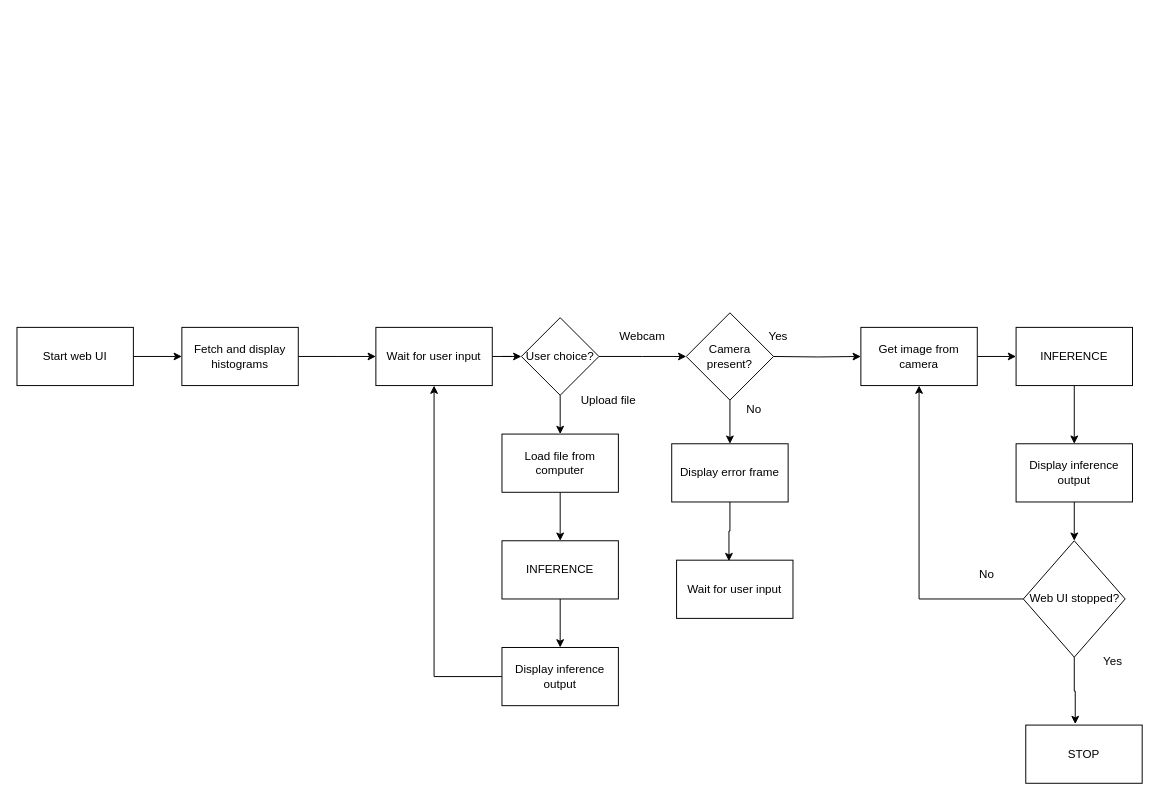
This is docs/state_machine.drawio from gabi200/proiect-rn, a draw.io file, before an edit. Source tidied: cells renumbered, new cells numbered last; positions are measured from the earlier drawing's top-left corner, leaving out a move shared by most shapes. Both pictures are drawn from the tidied source at 97%, with x=0, y=0 at pixel (16, 312).
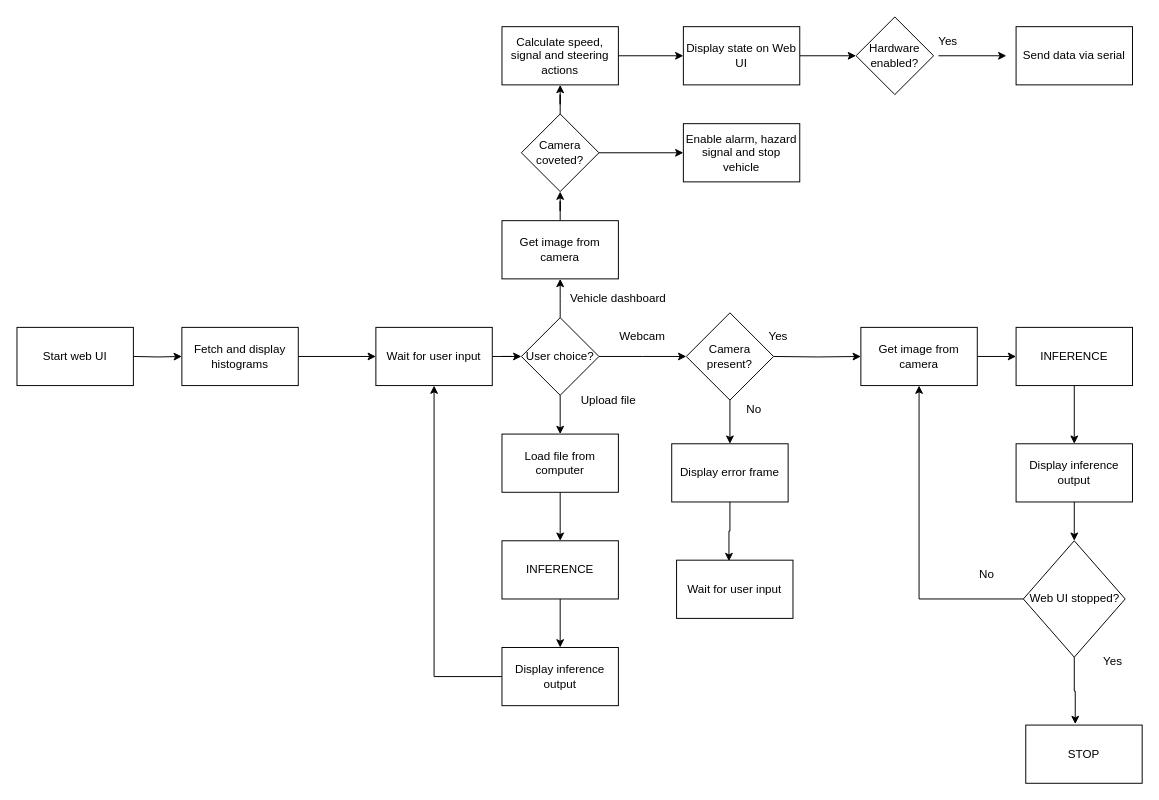
The same page after the edit.

Unchanged cells that the change refers to:
```xml
<mxCell id="3" value="Start web UI" style="rounded=0;whiteSpace=wrap;html=1;" parent="1" vertex="1">
  <mxGeometry y="15" width="120" height="60" as="geometry" />
</mxCell>
<mxCell id="22" value="Fetch and display histograms" style="rounded=0;whiteSpace=wrap;html=1;" parent="1" vertex="1">
  <mxGeometry x="170" y="15" width="120" height="60" as="geometry" />
</mxCell>
<mxCell id="26" value="User choice?" style="rhombus;whiteSpace=wrap;html=1;" parent="1" vertex="1">
  <mxGeometry x="520" y="5" width="80" height="80" as="geometry" />
</mxCell>
```

Diff of the diagram source:
```diff
@@
-    <mxCell id="2" style="edgeStyle=orthogonalEdgeStyle;rounded=0;jettySize=auto;html=1;entryX=0;entryY=0.5;entryDx=0;entryDy=0;" parent="1" edge="1" source="3" target="22">
-      <mxGeometry relative="1" as="geometry" />
+    <mxCell id="2" style="edgeStyle=orthogonalEdgeStyle;rounded=0;jettySize=auto;html=1;entryX=0;entryY=0.5;entryDx=0;entryDy=0;" parent="1" edge="1" target="22">
+      <mxGeometry relative="1" as="geometry">
+        <mxPoint x="120" y="45" as="sourcePoint" />
+      </mxGeometry>
     </mxCell>
@@
+    <mxCell id="39" style="edgeStyle=orthogonalEdgeStyle;rounded=0;jettySize=auto;html=1;" parent="1" edge="1" source="26">
+      <mxGeometry relative="1" as="geometry">
+        <mxPoint x="560" y="-35" as="targetPoint" />
+      </mxGeometry>
+    </mxCell>
@@
+    <mxCell id="40" value="Vehicle dashboard" style="text;html=1;whiteSpace=wrap;strokeColor=none;fillColor=none;align=center;verticalAlign=middle;rounded=0;" parent="1" vertex="1">
+      <mxGeometry x="560" y="-30" width="120" height="30" as="geometry" />
+    </mxCell>
+    <mxCell id="41" style="edgeStyle=orthogonalEdgeStyle;rounded=0;jettySize=auto;html=1;entryX=0.5;entryY=1;entryDx=0;entryDy=0;" parent="1" edge="1" source="42" target="54">
+      <mxGeometry relative="1" as="geometry" />
+    </mxCell>
+    <mxCell id="42" value="Get image from camera" style="rounded=0;whiteSpace=wrap;html=1;" parent="1" vertex="1">
+      <mxGeometry x="500" y="-95" width="120" height="60" as="geometry" />
+    </mxCell>
+    <mxCell id="43" style="edgeStyle=orthogonalEdgeStyle;rounded=0;orthogonalLoop=1;jettySize=auto;html=1;" parent="1" edge="1">
+      <mxGeometry relative="1" as="geometry">
+        <mxPoint x="950" y="-265" as="sourcePoint" />
+        <mxPoint x="1020" y="-265" as="targetPoint" />
+      </mxGeometry>
+    </mxCell>
+    <mxCell id="44" value="Hardware enabled?" style="rhombus;whiteSpace=wrap;html=1;" parent="1" vertex="1">
+      <mxGeometry x="865" y="-305" width="80" height="80" as="geometry" />
+    </mxCell>
+    <mxCell id="45" value="Send data via serial" style="rounded=0;whiteSpace=wrap;html=1;" parent="1" vertex="1">
+      <mxGeometry x="1030" y="-295" width="120" height="60" as="geometry" />
+    </mxCell>
+    <mxCell id="46" value="Yes" style="text;html=1;whiteSpace=wrap;strokeColor=none;fillColor=none;align=center;verticalAlign=middle;rounded=0;" parent="1" vertex="1">
+      <mxGeometry x="940" y="-295" width="40" height="30" as="geometry" />
+    </mxCell>
+    <mxCell id="47" style="edgeStyle=orthogonalEdgeStyle;rounded=0;jettySize=auto;html=1;entryX=0;entryY=0.5;entryDx=0;entryDy=0;" parent="1" edge="1" source="48" target="50">
+      <mxGeometry relative="1" as="geometry" />
+    </mxCell>
+    <mxCell id="48" value="Calculate speed, signal and steering actions" style="rounded=0;whiteSpace=wrap;html=1;" parent="1" vertex="1">
+      <mxGeometry x="500" y="-295" width="120" height="60" as="geometry" />
+    </mxCell>
+    <mxCell id="49" style="edgeStyle=orthogonalEdgeStyle;rounded=0;jettySize=auto;html=1;entryX=0;entryY=0.5;entryDx=0;entryDy=0;" parent="1" edge="1" source="50" target="44">
+      <mxGeometry relative="1" as="geometry" />
+    </mxCell>
+    <mxCell id="50" value="Display state on Web UI" style="rounded=0;whiteSpace=wrap;html=1;" parent="1" vertex="1">
+      <mxGeometry x="687" y="-295" width="120" height="60" as="geometry" />
+    </mxCell>
+    <mxCell id="51" value="Enable alarm, hazard signal and stop vehicle" style="rounded=0;whiteSpace=wrap;html=1;" parent="1" vertex="1">
+      <mxGeometry x="687" y="-195" width="120" height="60" as="geometry" />
+    </mxCell>
+    <mxCell id="52" style="edgeStyle=orthogonalEdgeStyle;rounded=0;jettySize=auto;html=1;entryX=0.5;entryY=1;entryDx=0;entryDy=0;" parent="1" edge="1" source="54" target="48">
+      <mxGeometry relative="1" as="geometry" />
+    </mxCell>
+    <mxCell id="53" style="edgeStyle=orthogonalEdgeStyle;rounded=0;jettySize=auto;html=1;entryX=0;entryY=0.5;entryDx=0;entryDy=0;" parent="1" edge="1" source="54" target="51">
+      <mxGeometry relative="1" as="geometry" />
+    </mxCell>
+    <mxCell id="54" value="Camera coveted?" style="rhombus;whiteSpace=wrap;html=1;" parent="1" vertex="1">
+      <mxGeometry x="520" y="-205" width="80" height="80" as="geometry" />
+    </mxCell>
```
